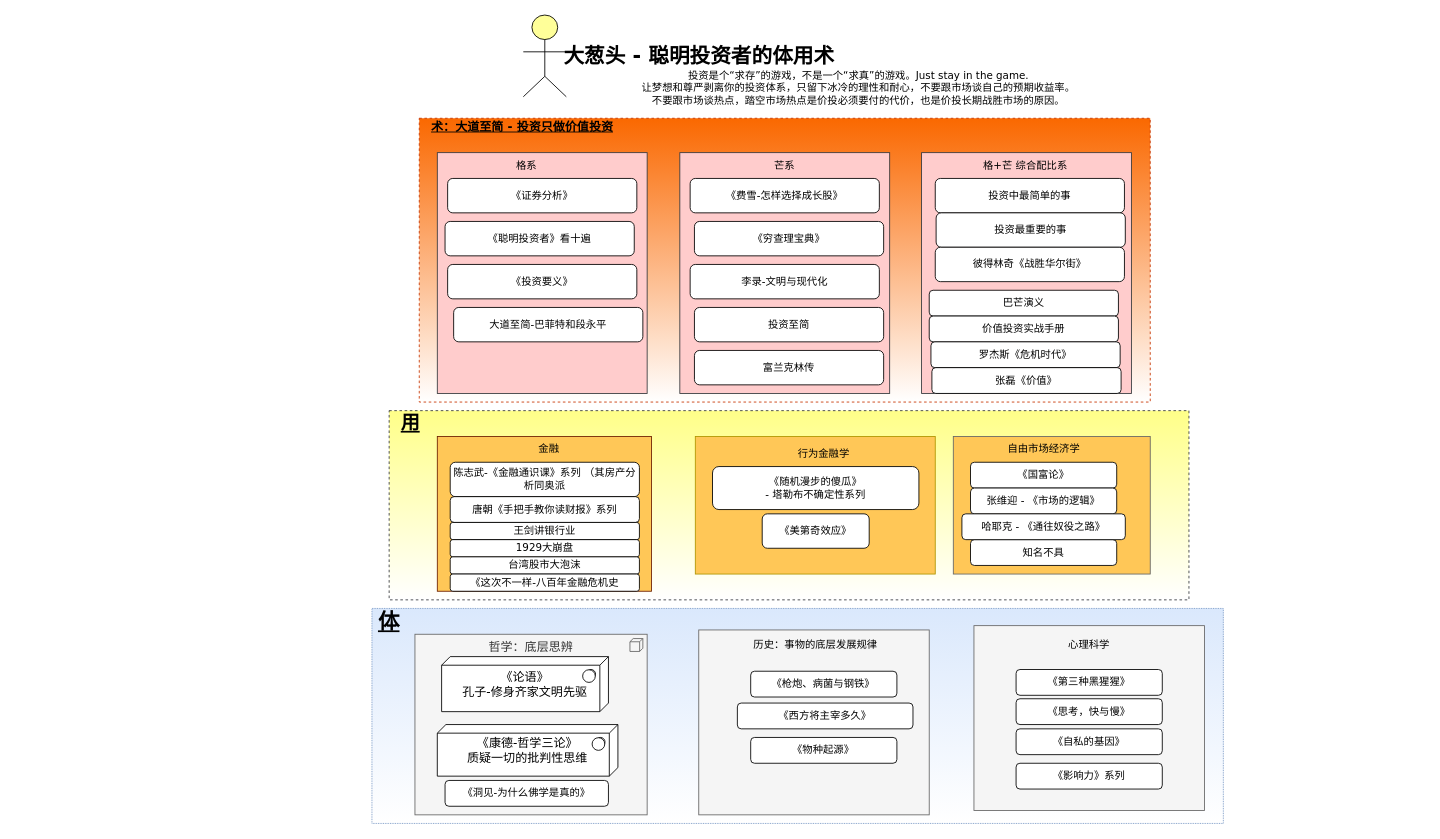
Before: investor_books.drawio in eastlakeside/smart-investor, a draw.io diagram. Source tidied: cells renumbered, new cells numbered last; positions are measured from the earlier drawing's top-left corner, leaving out a move shared by most shapes. Both pictures are drawn from the tidied source at 86%, with x=0, y=0 at pixel (15, 15).
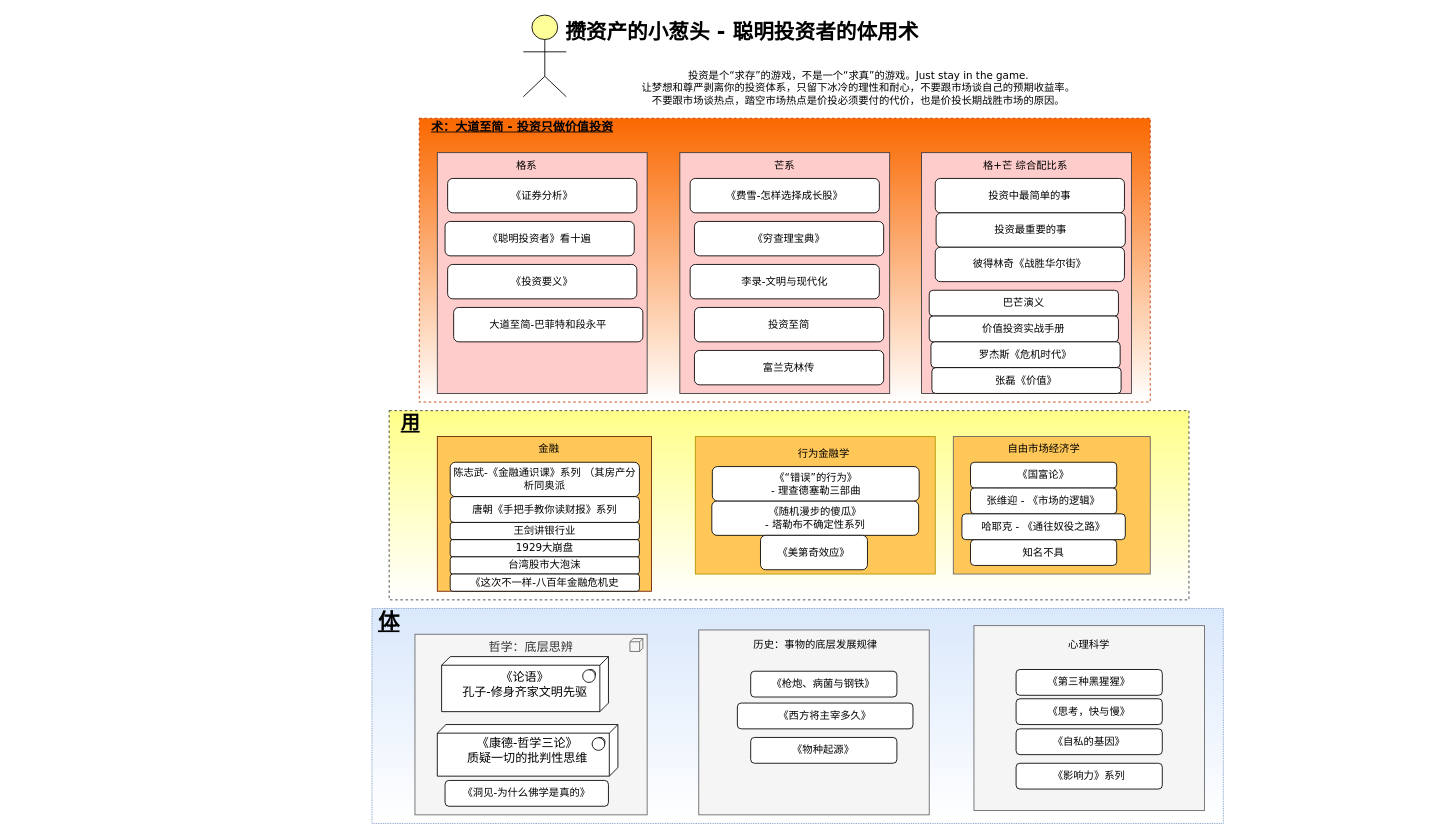
The same page after the edit.

Change to the diagram source:
```diff
@@
-    <mxCell id="12" value="大葱头 - 聪明投资者的体用术" style="text;strokeColor=none;fillColor=none;html=1;fontSize=24;fontStyle=1;verticalAlign=middle;align=center;fontFamily=Verdana;" parent="1" vertex="1">
-      <mxGeometry y="27.5" width="1590" height="40" as="geometry" />
+    <mxCell id="12" value="攒资产的小葱头 - 聪明投资者的体用术" style="text;strokeColor=none;fillColor=none;html=1;fontSize=24;fontStyle=1;verticalAlign=middle;align=center;fontFamily=Verdana;" parent="1" vertex="1">
+      <mxGeometry x="50" width="1590" height="40" as="geometry" />
     </mxCell>
@@
     <mxCell id="27" value="《随机漫步的傻瓜》&lt;br&gt;- 塔勒布不确定性系列" style="rounded=1;whiteSpace=wrap;html=1;fontFamily=Verdana;" parent="1" vertex="1">
-      <mxGeometry x="811" y="525" width="240" height="50" as="geometry" />
+      <mxGeometry x="810.2" y="565" width="240.5" height="40" as="geometry" />
     </mxCell>
     <mxCell id="28" value="&lt;span&gt;《美第奇效应》&lt;/span&gt;" style="rounded=1;whiteSpace=wrap;html=1;gradientColor=#ffffff;fontFamily=Verdana;" parent="1" vertex="1">
-      <mxGeometry x="868.8" y="580" width="124.4" height="40" as="geometry" />
+      <mxGeometry x="866.8" y="605" width="124.4" height="40" as="geometry" />
     </mxCell>
@@
+    <mxCell id="66" value="《“错误”的行为》&lt;br&gt;- 理查德塞勒三部曲" style="rounded=1;whiteSpace=wrap;html=1;fontFamily=Verdana;" parent="1" vertex="1">
+      <mxGeometry x="810.8" y="525" width="240.5" height="40" as="geometry" />
+    </mxCell>
```
